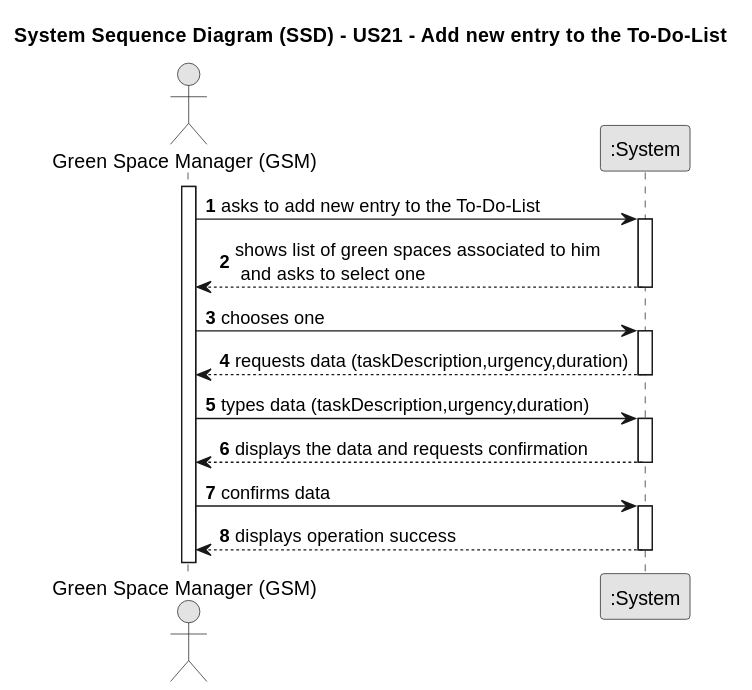
This is docs/sprint3/us21/01.requirements-engineering/svg/us21-system-sequence-diagram.svg from Departamento-de-Engenharia-Informatica/lei-24-s2-1db-g022, a PlantUML export, as it was before one commit.
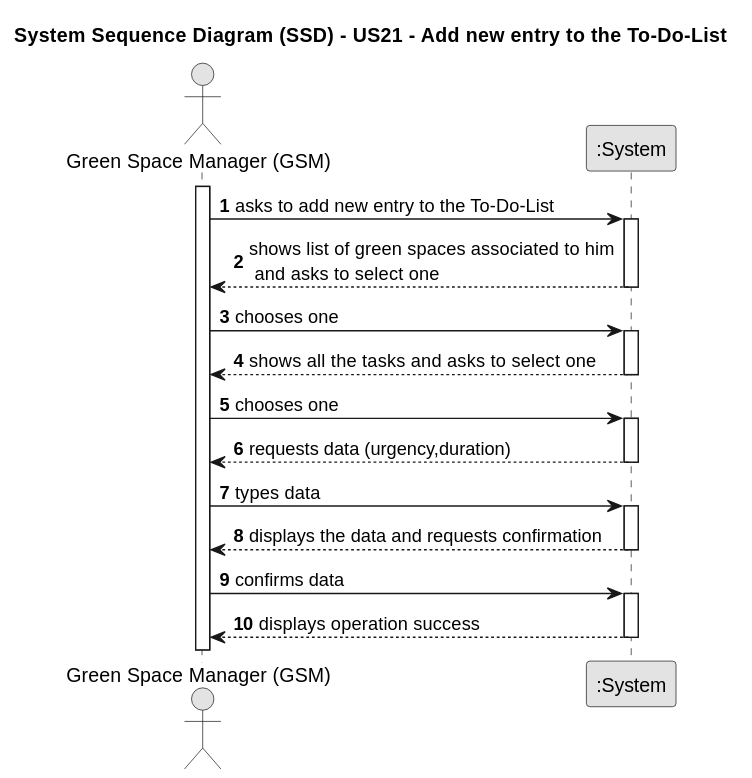
After the commit.

The edit, as a diff of the source:
```diff
@@ -21,10 +21,16 @@
     GSM->System: chooses one
     activate System
 
-        System --> GSM : requests data (taskDescription,urgency,duration)
+        System --> GSM : shows all the tasks and asks to select one
     deactivate System
 
-    GSM -> System : types data (taskDescription,urgency,duration)
+    GSM->System: chooses one
+    activate System
+
+        System --> GSM : requests data (urgency,duration)
+    deactivate System
+
+    GSM -> System : types data
     activate System
 
         System --> GSM : displays the data and requests confirmation
```
